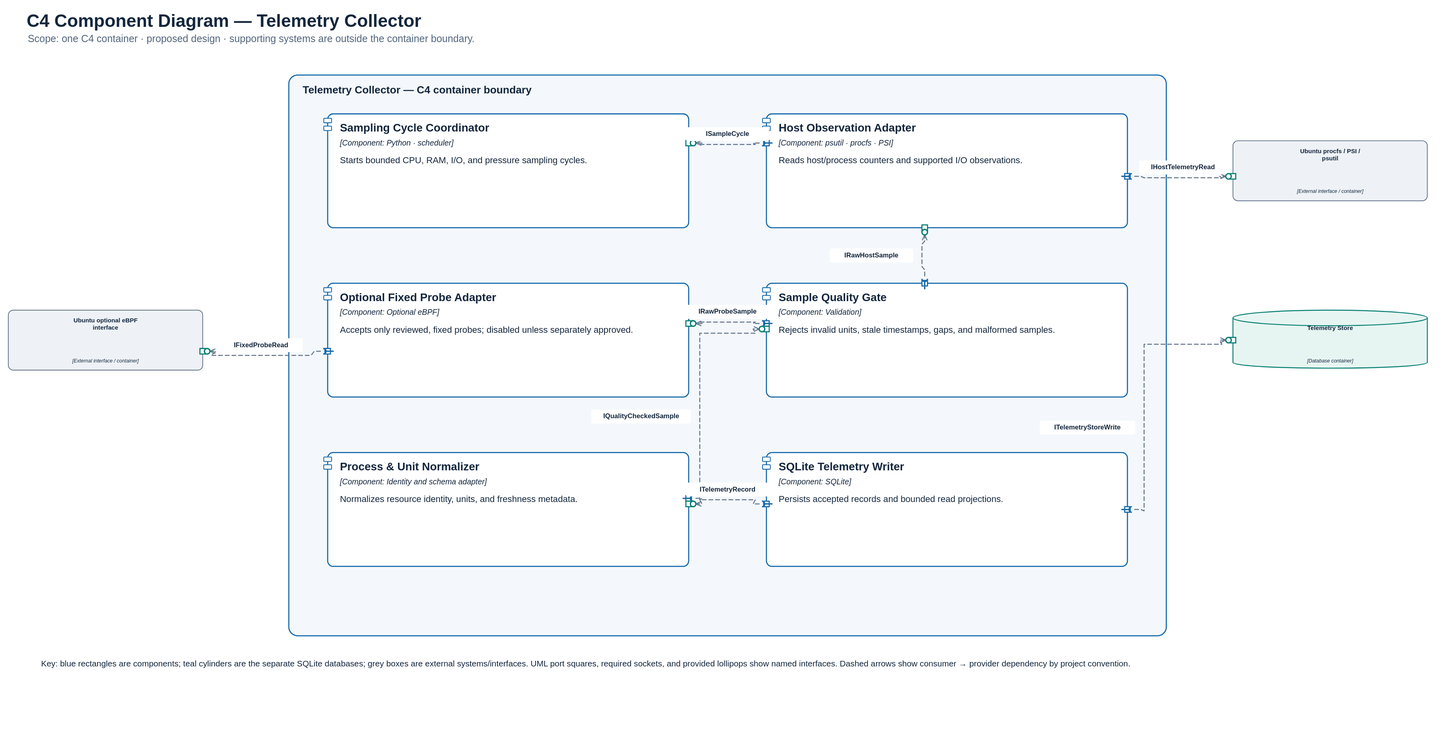
Ammar-M-Eid/AIOS keeps this PlantUML diagram as documentation/architecture/c4/06_c4_telemetry_collector_components.svg. Above is the earlier version. Its source is kept beside it as documentation/architecture/c4/06_c4_telemetry_collector_components.puml.
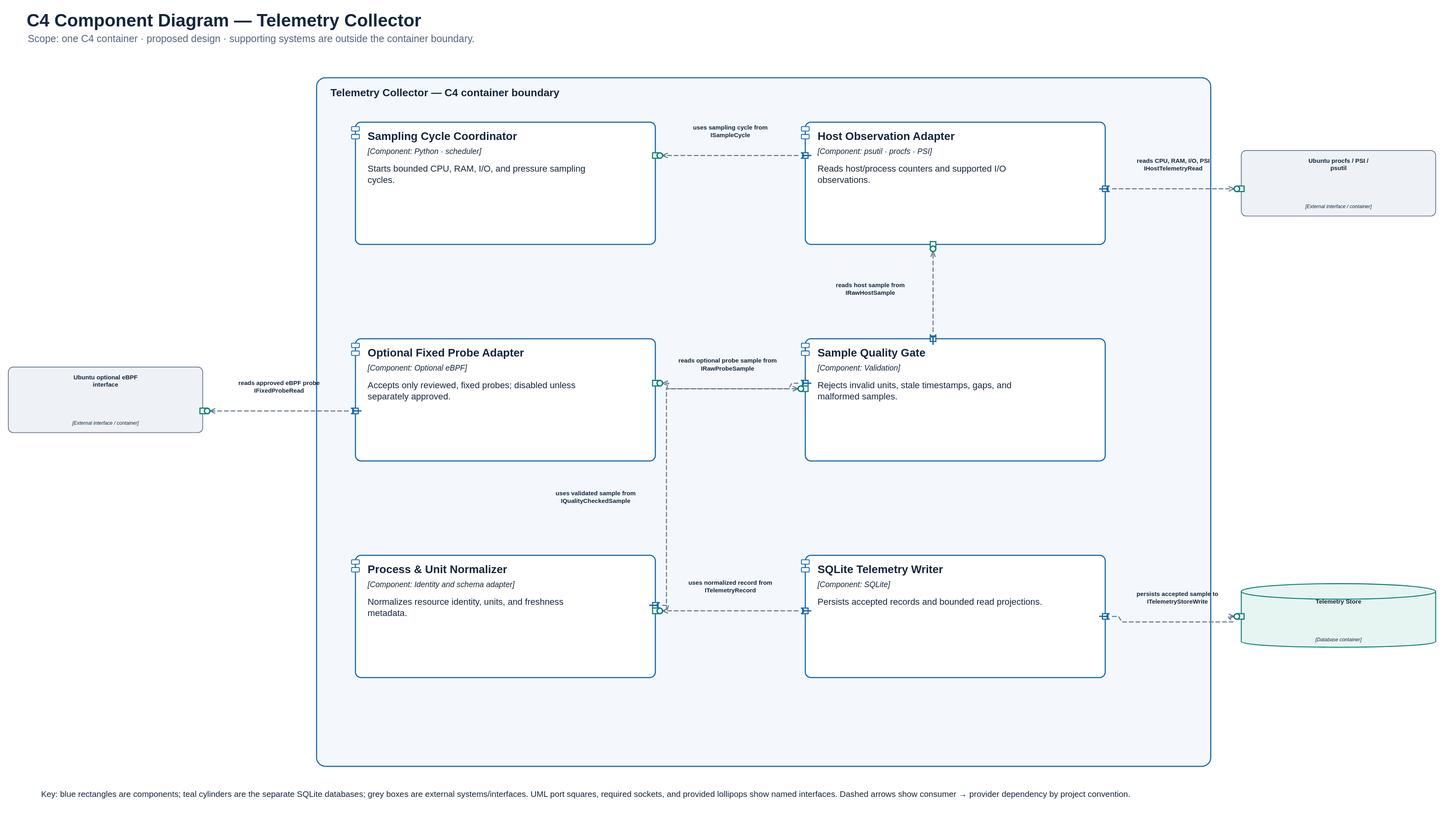
Later version of the same file.

What changed in the source:
```diff
@@ -15,14 +15,14 @@
 ContainerDb_Ext(S1, "Telemetry Store", "SQLite · separate local database", "Proposed persistent data store outside this scoped container")
 System_Ext(S2, "Ubuntu procfs / PSI / psutil", "Host-provided Linux interface")
 System_Ext(S3, "Ubuntu optional eBPF interface", "Host-provided Linux interface")
-Rel(C2, C1, "ISampleCycle", "Named local interface", $tags="dashed")
-Rel(C4, C2, "IRawHostSample", "Named local interface", $tags="dashed")
-Rel(C4, C3, "IRawProbeSample", "Named local interface", $tags="dashed")
-Rel(C5, C4, "IQualityCheckedSample", "Named local interface", $tags="dashed")
-Rel(C6, C5, "ITelemetryRecord", "Named local interface", $tags="dashed")
-Rel(C6, S1, "ITelemetryStoreWrite", "Named local interface", $tags="dashed")
-Rel(C2, S2, "IHostTelemetryRead", "Named local interface", $tags="dashed")
-Rel(C3, S3, "IFixedProbeRead", "Named local interface", $tags="dashed")
+Rel(C2, C1, "uses sampling cycle from", "ISampleCycle", $tags="dashed")
+Rel(C4, C2, "reads host sample from", "IRawHostSample", $tags="dashed")
+Rel(C4, C3, "reads optional probe sample from", "IRawProbeSample", $tags="dashed")
+Rel(C5, C4, "uses validated sample from", "IQualityCheckedSample", $tags="dashed")
+Rel(C6, C5, "uses normalized record from", "ITelemetryRecord", $tags="dashed")
+Rel(C6, S1, "persists accepted sample to", "ITelemetryStoreWrite", $tags="dashed")
+Rel(C2, S2, "reads CPU, RAM, I/O, PSI", "IHostTelemetryRead", $tags="dashed")
+Rel(C3, S3, "reads approved eBPF probe", "IFixedProbeRead", $tags="dashed")
 note bottom
 This editable source uses C4 element and relationship macros. The synchronized SVG/PDF/PNG/JPG rendering adds the requested UML1 component tabs, square ports, required sockets, and provided lollipops. Dashed dependency arrows are the project convention.
 end note
```
